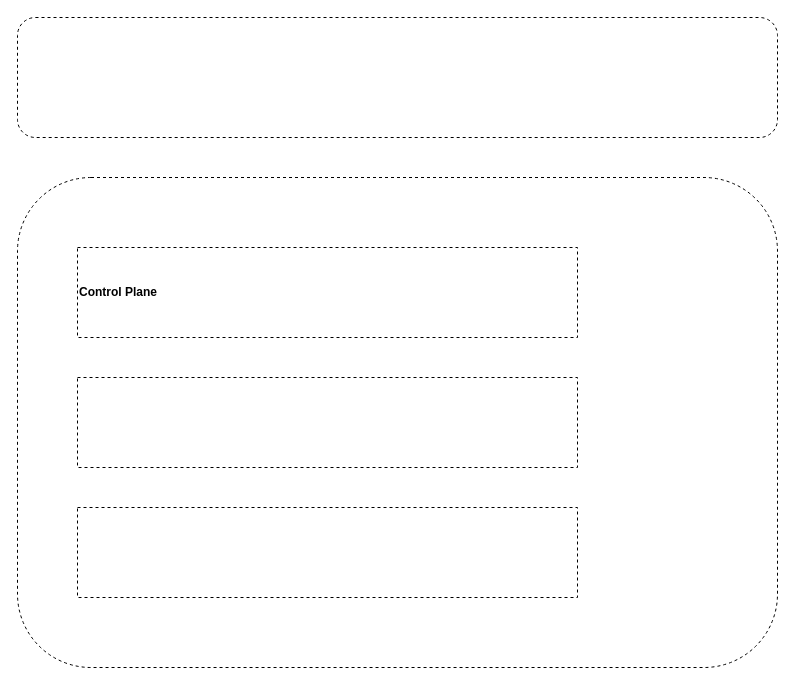
This is media/vcd_arch.drawio from ibm-cloud-architecture/terraform-openshift4-vmware, a draw.io file, before an edit. Source tidied: cells renumbered, new cells numbered last; positions are measured from the earlier drawing's top-left corner, leaving out a move shared by most shapes. Both pictures are drawn from the tidied source at 100%, with x=0, y=0 at pixel (17, 17).
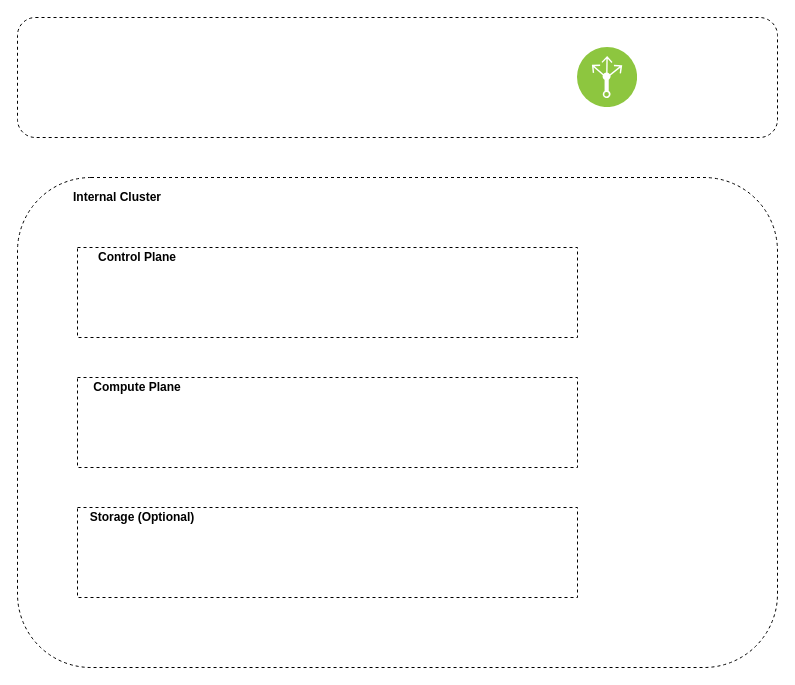
The same page after the edit.

Diff of the diagram source:
```diff
@@
 <mxGraphModel>
   <root>
     <mxCell id="0" />
     <mxCell id="1" parent="0" />
     <mxCell id="2" style="rounded=1;whiteSpace=wrap;html=1;dashed=1;" parent="1" vertex="1">
       <mxGeometry width="760" height="120" as="geometry" />
     </mxCell>
     <mxCell id="3" style="rounded=1;whiteSpace=wrap;html=1;dashed=1;" parent="1" vertex="1">
       <mxGeometry y="160" width="760" height="490" as="geometry" />
     </mxCell>
-    <mxCell id="4" value="&lt;div style=&quot;text-align: justify&quot;&gt;&lt;b&gt;Control Plane&lt;/b&gt;&lt;/div&gt;" style="rounded=0;whiteSpace=wrap;html=1;dashed=1;align=left;" parent="1" vertex="1">
+    <mxCell id="4" value="&lt;div style=&quot;text-align: justify&quot;&gt;&lt;br&gt;&lt;/div&gt;" style="rounded=0;whiteSpace=wrap;html=1;dashed=1;align=right;labelPosition=left;verticalLabelPosition=top;verticalAlign=bottom;" parent="1" vertex="1">
       <mxGeometry x="60" y="230" width="500" height="90" as="geometry" />
     </mxCell>
     <mxCell id="5" style="rounded=0;whiteSpace=wrap;html=1;dashed=1;" parent="1" vertex="1">
       <mxGeometry x="60" y="360" width="500" height="90" as="geometry" />
     </mxCell>
     <mxCell id="6" style="rounded=0;whiteSpace=wrap;html=1;dashed=1;" parent="1" vertex="1">
       <mxGeometry x="60" y="490" width="500" height="90" as="geometry" />
     </mxCell>
+    <mxCell id="7" value="Control Plane" style="text;html=1;strokeColor=none;fillColor=none;align=center;verticalAlign=middle;whiteSpace=wrap;rounded=0;dashed=1;fontStyle=1;" parent="1" vertex="1">
+      <mxGeometry x="70" y="230" width="100" height="20" as="geometry" />
+    </mxCell>
+    <mxCell id="8" value="Compute Plane" style="text;html=1;strokeColor=none;fillColor=none;align=center;verticalAlign=middle;whiteSpace=wrap;rounded=0;dashed=1;fontStyle=1;" parent="1" vertex="1">
+      <mxGeometry x="70" y="360" width="100" height="20" as="geometry" />
+    </mxCell>
+    <mxCell id="9" value="Storage (Optional)" style="text;html=1;strokeColor=none;fillColor=none;align=center;verticalAlign=middle;whiteSpace=wrap;rounded=0;dashed=1;fontStyle=1;" parent="1" vertex="1">
+      <mxGeometry x="70" y="490" width="110" height="20" as="geometry" />
+    </mxCell>
+    <mxCell id="10" value="Internal Cluster" style="text;html=1;strokeColor=none;fillColor=none;align=center;verticalAlign=middle;whiteSpace=wrap;rounded=0;dashed=1;fontStyle=1;" parent="1" vertex="1">
+      <mxGeometry x="50" y="170" width="100" height="20" as="geometry" />
+    </mxCell>
+    <mxCell id="11" style="perimeter=ellipsePerimeter;html=1;align=center;shadow=0;dashed=0;fontColor=#4277BB;labelBackgroundColor=#ffffff;fontSize=12;spacingTop=3;image;image=img/lib/ibm/infrastructure/load_balancing_routing.svg;" parent="1" vertex="1">
+      <mxGeometry x="560" y="30" width="60" height="60" as="geometry" />
+    </mxCell>
   </root>
 </mxGraphModel>
```
